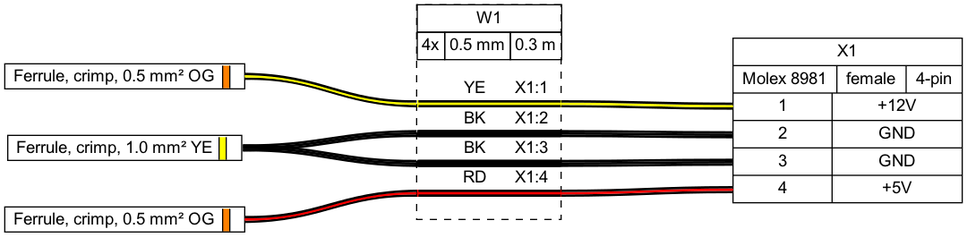
Earlier version of the Graphviz export tutorial/tutorial07.png (wireviz/WireViz). Its source is kept beside it as tutorial/tutorial07.gv. Its diagram source:
```dot
graph {
	graph [bgcolor=white fontname=arial nodesep=0.33 rankdir=LR ranksep=2]
	node [fillcolor=white fontname=arial shape=record style=filled]
	edge [fontname=arial style=bold]
	X1 [label="X1|{Molex 8981|female|4-pin}|{{<p1l>1|<p2l>2|<p3l>3|<p4l>4}|{+12V|GND|GND|+5V}}"]
	F_10_1 [label=<

                <TABLE BORDER="1" CELLBORDER="0" CELLSPACING="0" CELLPADDING="2"><TR>
                <TD PORT="p1l"> Ferrule, crimp, 1.0 mm² YE </TD>
                <TD BGCOLOR="#FFFF00" BORDER="1" SIDES="LR" WIDTH="4"></TD>
                <TD PORT="p1r">  </TD>
                </TR></TABLE>


                > margin=0 orientation=180 shape=none style=filled]
	_F1 [label=<

                <TABLE BORDER="1" CELLBORDER="0" CELLSPACING="0" CELLPADDING="2"><TR>
                <TD PORT="p1l"> Ferrule, crimp, 0.5 mm² OG </TD>
                <TD BGCOLOR="#FF8000" BORDER="1" SIDES="LR" WIDTH="4"></TD>
                <TD PORT="p1r">  </TD>
                </TR></TABLE>


                > margin=0 orientation=180 shape=none style=filled]
	_F2 [label=<

                <TABLE BORDER="1" CELLBORDER="0" CELLSPACING="0" CELLPADDING="2"><TR>
                <TD PORT="p1l"> Ferrule, crimp, 0.5 mm² OG </TD>
                <TD BGCOLOR="#FF8000" BORDER="1" SIDES="LR" WIDTH="4"></TD>
                <TD PORT="p1r">  </TD>
                </TR></TABLE>


                > margin=0 orientation=180 shape=none style=filled]
	edge [color="#000000:#ffff00:#000000"]
	_F1:e -- W1:w1:w
	edge [color="#000000:#ff0000:#000000"]
	_F2:e -- W1:w4:w
	edge [color="#000000:#ffff00:#000000"]
	W1:w1:e -- X1:p1l:w
	edge [color="#000000:#000000:#000000"]
	W1:w2:e -- X1:p2l:w
	edge [color="#000000:#000000:#000000"]
	W1:w3:e -- X1:p3l:w
	edge [color="#000000:#ff0000:#000000"]
	W1:w4:e -- X1:p4l:w
	edge [color="#000000:#000000:#000000"]
	F_10_1:e -- W1:w2:w
	edge [color="#000000:#000000:#000000"]
	F_10_1:e -- W1:w3:w
	W1 [label=<<table border="0" cellspacing="0" cellpadding="0"><tr><td><table border="0" cellspacing="0" cellpadding="3" cellborder="1"><tr><td colspan="3">W1</td></tr><tr><td>4x</td><td>0.5 mm</td><td>0.3 m</td></tr></table></td></tr><tr><td>&nbsp;</td></tr><tr><td><table border="0" cellspacing="0" cellborder="0"><tr><td></td><td>YE</td><td>X1:1</td></tr><tr><td colspan="3" cellpadding="0" height="6" bgcolor="#ffff00" border="2" sides="tb" port="w1"></td></tr><tr><td></td><td>BK</td><td>X1:2</td></tr><tr><td colspan="3" cellpadding="0" height="6" bgcolor="#000000" border="2" sides="tb" port="w2"></td></tr><tr><td></td><td>BK</td><td>X1:3</td></tr><tr><td colspan="3" cellpadding="0" height="6" bgcolor="#000000" border="2" sides="tb" port="w3"></td></tr><tr><td></td><td>RD</td><td>X1:4</td></tr><tr><td colspan="3" cellpadding="0" height="6" bgcolor="#ff0000" border="2" sides="tb" port="w4"></td></tr><tr><td>&nbsp;</td></tr></table></td></tr></table>> fillcolor=white margin=0 shape=box style="filled,dashed"]
}
```
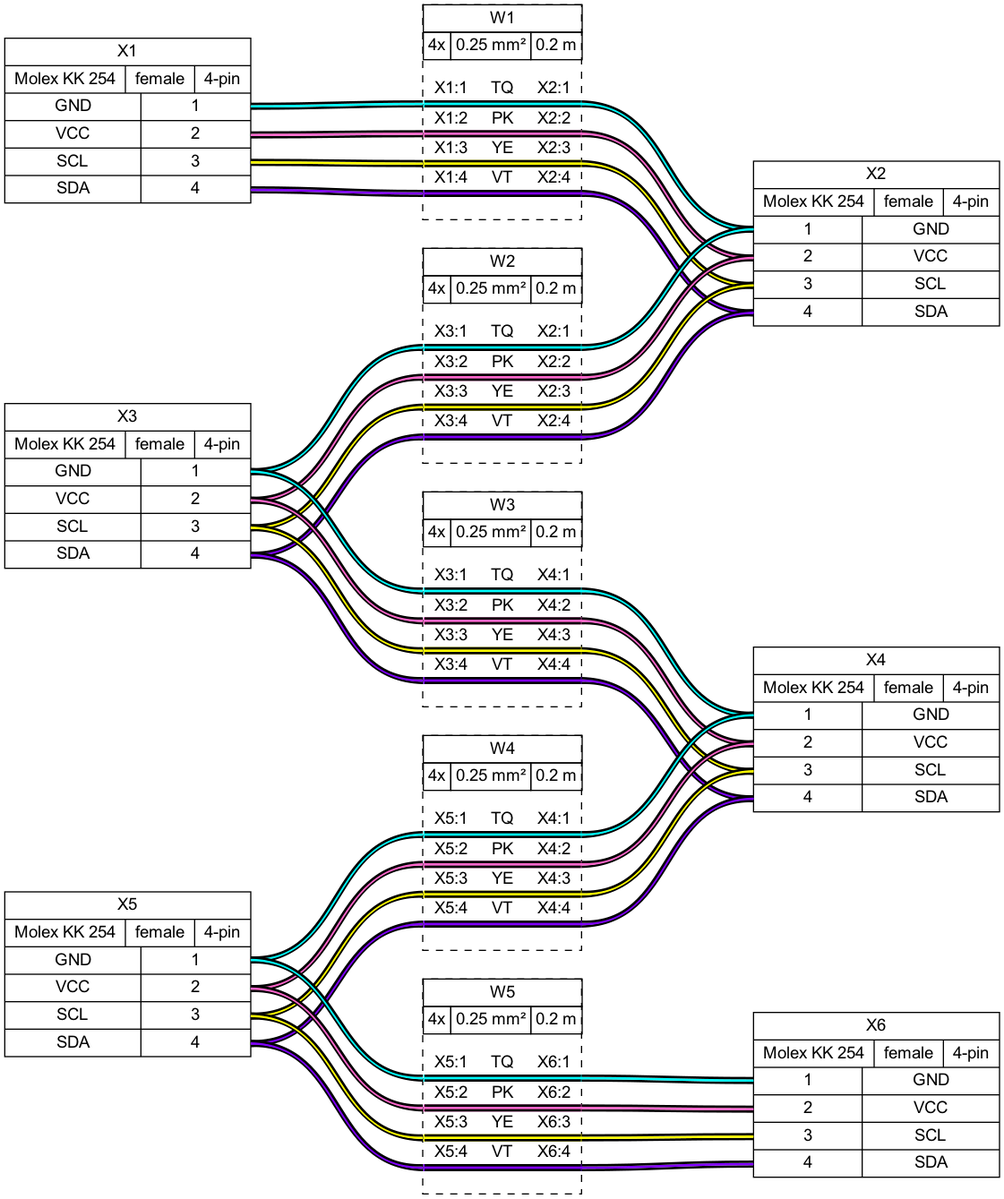
The same file after the commit.

What changed in the source:
```diff
@@ -2,52 +2,75 @@
 	graph [bgcolor=white fontname=arial nodesep=0.33 rankdir=LR ranksep=2]
 	node [fillcolor=white fontname=arial shape=record style=filled]
 	edge [fontname=arial style=bold]
-	X1 [label="X1|{Molex 8981|female|4-pin}|{{<p1l>1|<p2l>2|<p3l>3|<p4l>4}|{+12V|GND|GND|+5V}}"]
-	F_10_1 [label=<
-
-                <TABLE BORDER="1" CELLBORDER="0" CELLSPACING="0" CELLPADDING="2"><TR>
-                <TD PORT="p1l"> Ferrule, crimp, 1.0 mm² YE </TD>
-                <TD BGCOLOR="#FFFF00" BORDER="1" SIDES="LR" WIDTH="4"></TD>
-                <TD PORT="p1r">  </TD>
-                </TR></TABLE>
-
-
-                > margin=0 orientation=180 shape=none style=filled]
-	_F1 [label=<
-
-                <TABLE BORDER="1" CELLBORDER="0" CELLSPACING="0" CELLPADDING="2"><TR>
-                <TD PORT="p1l"> Ferrule, crimp, 0.5 mm² OG </TD>
-                <TD BGCOLOR="#FF8000" BORDER="1" SIDES="LR" WIDTH="4"></TD>
-                <TD PORT="p1r">  </TD>
-                </TR></TABLE>
-
-
-                > margin=0 orientation=180 shape=none style=filled]
-	_F2 [label=<
-
-                <TABLE BORDER="1" CELLBORDER="0" CELLSPACING="0" CELLPADDING="2"><TR>
-                <TD PORT="p1l"> Ferrule, crimp, 0.5 mm² OG </TD>
-                <TD BGCOLOR="#FF8000" BORDER="1" SIDES="LR" WIDTH="4"></TD>
-                <TD PORT="p1r">  </TD>
-                </TR></TABLE>
-
-
-                > margin=0 orientation=180 shape=none style=filled]
+	X1 [label="X1|{Molex KK 254|female|4-pin}|{{GND|VCC|SCL|SDA}|{<p1r>1|<p2r>2|<p3r>3|<p4r>4}}"]
+	X2 [label="X2|{Molex KK 254|female|4-pin}|{{<p1l>1|<p2l>2|<p3l>3|<p4l>4}|{GND|VCC|SCL|SDA}}"]
+	X3 [label="X3|{Molex KK 254|female|4-pin}|{{GND|VCC|SCL|SDA}|{<p1r>1|<p2r>2|<p3r>3|<p4r>4}}"]
+	X4 [label="X4|{Molex KK 254|female|4-pin}|{{<p1l>1|<p2l>2|<p3l>3|<p4l>4}|{GND|VCC|SCL|SDA}}"]
+	X5 [label="X5|{Molex KK 254|female|4-pin}|{{GND|VCC|SCL|SDA}|{<p1r>1|<p2r>2|<p3r>3|<p4r>4}}"]
+	X6 [label="X6|{Molex KK 254|female|4-pin}|{{<p1l>1|<p2l>2|<p3l>3|<p4l>4}|{GND|VCC|SCL|SDA}}"]
+	edge [color="#000000:#00ffff:#000000"]
+	X1:p1r:e -- W1:w1:w
+	W1:w1:e -- X2:p1l:w
+	edge [color="#000000:#ff66cc:#000000"]
+	X1:p2r:e -- W1:w2:w
+	W1:w2:e -- X2:p2l:w
 	edge [color="#000000:#ffff00:#000000"]
-	_F1:e -- W1:w1:w
-	edge [color="#000000:#ff0000:#000000"]
-	_F2:e -- W1:w4:w
+	X1:p3r:e -- W1:w3:w
+	W1:w3:e -- X2:p3l:w
+	edge [color="#000000:#8000ff:#000000"]
+	X1:p4r:e -- W1:w4:w
+	W1:w4:e -- X2:p4l:w
+	W1 [label=<<table border="0" cellspacing="0" cellpadding="0"><tr><td><table border="0" cellspacing="0" cellpadding="3" cellborder="1"><tr><td colspan="3">W1</td></tr><tr><td>4x</td><td>0.25 mm²</td><td>0.2 m</td></tr></table></td></tr><tr><td>&nbsp;</td></tr><tr><td><table border="0" cellspacing="0" cellborder="0"><tr><td>X1:1</td><td>TQ</td><td>X2:1</td></tr><tr><td colspan="3" cellpadding="0" height="6" bgcolor="#00ffff" border="2" sides="tb" port="w1"></td></tr><tr><td>X1:2</td><td>PK</td><td>X2:2</td></tr><tr><td colspan="3" cellpadding="0" height="6" bgcolor="#ff66cc" border="2" sides="tb" port="w2"></td></tr><tr><td>X1:3</td><td>YE</td><td>X2:3</td></tr><tr><td colspan="3" cellpadding="0" height="6" bgcolor="#ffff00" border="2" sides="tb" port="w3"></td></tr><tr><td>X1:4</td><td>VT</td><td>X2:4</td></tr><tr><td colspan="3" cellpadding="0" height="6" bgcolor="#8000ff" border="2" sides="tb" port="w4"></td></tr><tr><td>&nbsp;</td></tr></table></td></tr></table>> fillcolor=white margin=0 shape=box style="filled,dashed"]
+	edge [color="#000000:#00ffff:#000000"]
+	X3:p1r:e -- W2:w1:w
+	W2:w1:e -- X2:p1l:w
+	edge [color="#000000:#ff66cc:#000000"]
+	X3:p2r:e -- W2:w2:w
+	W2:w2:e -- X2:p2l:w
 	edge [color="#000000:#ffff00:#000000"]
-	W1:w1:e -- X1:p1l:w
-	edge [color="#000000:#000000:#000000"]
-	W1:w2:e -- X1:p2l:w
-	edge [color="#000000:#000000:#000000"]
-	W1:w3:e -- X1:p3l:w
-	edge [color="#000000:#ff0000:#000000"]
-	W1:w4:e -- X1:p4l:w
-	edge [color="#000000:#000000:#000000"]
-	F_10_1:e -- W1:w2:w
-	edge [color="#000000:#000000:#000000"]
-	F_10_1:e -- W1:w3:w
-	W1 [label=<<table border="0" cellspacing="0" cellpadding="0"><tr><td><table border="0" cellspacing="0" cellpadding="3" cellborder="1"><tr><td colspan="3">W1</td></tr><tr><td>4x</td><td>0.5 mm</td><td>0.3 m</td></tr></table></td></tr><tr><td>&nbsp;</td></tr><tr><td><table border="0" cellspacing="0" cellborder="0"><tr><td></td><td>YE</td><td>X1:1</td></tr><tr><td colspan="3" cellpadding="0" height="6" bgcolor="#ffff00" border="2" sides="tb" port="w1"></td></tr><tr><td></td><td>BK</td><td>X1:2</td></tr><tr><td colspan="3" cellpadding="0" height="6" bgcolor="#000000" border="2" sides="tb" port="w2"></td></tr><tr><td></td><td>BK</td><td>X1:3</td></tr><tr><td colspan="3" cellpadding="0" height="6" bgcolor="#000000" border="2" sides="tb" port="w3"></td></tr><tr><td></td><td>RD</td><td>X1:4</td></tr><tr><td colspan="3" cellpadding="0" height="6" bgcolor="#ff0000" border="2" sides="tb" port="w4"></td></tr><tr><td>&nbsp;</td></tr></table></td></tr></table>> fillcolor=white margin=0 shape=box style="filled,dashed"]
+	X3:p3r:e -- W2:w3:w
+	W2:w3:e -- X2:p3l:w
+	edge [color="#000000:#8000ff:#000000"]
+	X3:p4r:e -- W2:w4:w
+	W2:w4:e -- X2:p4l:w
+	W2 [label=<<table border="0" cellspacing="0" cellpadding="0"><tr><td><table border="0" cellspacing="0" cellpadding="3" cellborder="1"><tr><td colspan="3">W2</td></tr><tr><td>4x</td><td>0.25 mm²</td><td>0.2 m</td></tr></table></td></tr><tr><td>&nbsp;</td></tr><tr><td><table border="0" cellspacing="0" cellborder="0"><tr><td>X3:1</td><td>TQ</td><td>X2:1</td></tr><tr><td colspan="3" cellpadding="0" height="6" bgcolor="#00ffff" border="2" sides="tb" port="w1"></td></tr><tr><td>X3:2</td><td>PK</td><td>X2:2</td></tr><tr><td colspan="3" cellpadding="0" height="6" bgcolor="#ff66cc" border="2" sides="tb" port="w2"></td></tr><tr><td>X3:3</td><td>YE</td><td>X2:3</td></tr><tr><td colspan="3" cellpadding="0" height="6" bgcolor="#ffff00" border="2" sides="tb" port="w3"></td></tr><tr><td>X3:4</td><td>VT</td><td>X2:4</td></tr><tr><td colspan="3" cellpadding="0" height="6" bgcolor="#8000ff" border="2" sides="tb" port="w4"></td></tr><tr><td>&nbsp;</td></tr></table></td></tr></table>> fillcolor=white margin=0 shape=box style="filled,dashed"]
+	edge [color="#000000:#00ffff:#000000"]
+	X3:p1r:e -- W3:w1:w
+	W3:w1:e -- X4:p1l:w
+	edge [color="#000000:#ff66cc:#000000"]
+	X3:p2r:e -- W3:w2:w
+	W3:w2:e -- X4:p2l:w
+	edge [color="#000000:#ffff00:#000000"]
+	X3:p3r:e -- W3:w3:w
+	W3:w3:e -- X4:p3l:w
+	edge [color="#000000:#8000ff:#000000"]
+	X3:p4r:e -- W3:w4:w
+	W3:w4:e -- X4:p4l:w
+	W3 [label=<<table border="0" cellspacing="0" cellpadding="0"><tr><td><table border="0" cellspacing="0" cellpadding="3" cellborder="1"><tr><td colspan="3">W3</td></tr><tr><td>4x</td><td>0.25 mm²</td><td>0.2 m</td></tr></table></td></tr><tr><td>&nbsp;</td></tr><tr><td><table border="0" cellspacing="0" cellborder="0"><tr><td>X3:1</td><td>TQ</td><td>X4:1</td></tr><tr><td colspan="3" cellpadding="0" height="6" bgcolor="#00ffff" border="2" sides="tb" port="w1"></td></tr><tr><td>X3:2</td><td>PK</td><td>X4:2</td></tr><tr><td colspan="3" cellpadding="0" height="6" bgcolor="#ff66cc" border="2" sides="tb" port="w2"></td></tr><tr><td>X3:3</td><td>YE</td><td>X4:3</td></tr><tr><td colspan="3" cellpadding="0" height="6" bgcolor="#ffff00" border="2" sides="tb" port="w3"></td></tr><tr><td>X3:4</td><td>VT</td><td>X4:4</td></tr><tr><td colspan="3" cellpadding="0" height="6" bgcolor="#8000ff" border="2" sides="tb" port="w4"></td></tr><tr><td>&nbsp;</td></tr></table></td></tr></table>> fillcolor=white margin=0 shape=box style="filled,dashed"]
+	edge [color="#000000:#00ffff:#000000"]
+	X5:p1r:e -- W4:w1:w
+	W4:w1:e -- X4:p1l:w
+	edge [color="#000000:#ff66cc:#000000"]
+	X5:p2r:e -- W4:w2:w
+	W4:w2:e -- X4:p2l:w
+	edge [color="#000000:#ffff00:#000000"]
+	X5:p3r:e -- W4:w3:w
+	W4:w3:e -- X4:p3l:w
+	edge [color="#000000:#8000ff:#000000"]
+	X5:p4r:e -- W4:w4:w
+	W4:w4:e -- X4:p4l:w
+	W4 [label=<<table border="0" cellspacing="0" cellpadding="0"><tr><td><table border="0" cellspacing="0" cellpadding="3" cellborder="1"><tr><td colspan="3">W4</td></tr><tr><td>4x</td><td>0.25 mm²</td><td>0.2 m</td></tr></table></td></tr><tr><td>&nbsp;</td></tr><tr><td><table border="0" cellspacing="0" cellborder="0"><tr><td>X5:1</td><td>TQ</td><td>X4:1</td></tr><tr><td colspan="3" cellpadding="0" height="6" bgcolor="#00ffff" border="2" sides="tb" port="w1"></td></tr><tr><td>X5:2</td><td>PK</td><td>X4:2</td></tr><tr><td colspan="3" cellpadding="0" height="6" bgcolor="#ff66cc" border="2" sides="tb" port="w2"></td></tr><tr><td>X5:3</td><td>YE</td><td>X4:3</td></tr><tr><td colspan="3" cellpadding="0" height="6" bgcolor="#ffff00" border="2" sides="tb" port="w3"></td></tr><tr><td>X5:4</td><td>VT</td><td>X4:4</td></tr><tr><td colspan="3" cellpadding="0" height="6" bgcolor="#8000ff" border="2" sides="tb" port="w4"></td></tr><tr><td>&nbsp;</td></tr></table></td></tr></table>> fillcolor=white margin=0 shape=box style="filled,dashed"]
+	edge [color="#000000:#00ffff:#000000"]
+	X5:p1r:e -- W5:w1:w
+	W5:w1:e -- X6:p1l:w
+	edge [color="#000000:#ff66cc:#000000"]
+	X5:p2r:e -- W5:w2:w
+	W5:w2:e -- X6:p2l:w
+	edge [color="#000000:#ffff00:#000000"]
+	X5:p3r:e -- W5:w3:w
+	W5:w3:e -- X6:p3l:w
+	edge [color="#000000:#8000ff:#000000"]
+	X5:p4r:e -- W5:w4:w
+	W5:w4:e -- X6:p4l:w
+	W5 [label=<<table border="0" cellspacing="0" cellpadding="0"><tr><td><table border="0" cellspacing="0" cellpadding="3" cellborder="1"><tr><td colspan="3">W5</td></tr><tr><td>4x</td><td>0.25 mm²</td><td>0.2 m</td></tr></table></td></tr><tr><td>&nbsp;</td></tr><tr><td><table border="0" cellspacing="0" cellborder="0"><tr><td>X5:1</td><td>TQ</td><td>X6:1</td></tr><tr><td colspan="3" cellpadding="0" height="6" bgcolor="#00ffff" border="2" sides="tb" port="w1"></td></tr><tr><td>X5:2</td><td>PK</td><td>X6:2</td></tr><tr><td colspan="3" cellpadding="0" height="6" bgcolor="#ff66cc" border="2" sides="tb" port="w2"></td></tr><tr><td>X5:3</td><td>YE</td><td>X6:3</td></tr><tr><td colspan="3" cellpadding="0" height="6" bgcolor="#ffff00" border="2" sides="tb" port="w3"></td></tr><tr><td>X5:4</td><td>VT</td><td>X6:4</td></tr><tr><td colspan="3" cellpadding="0" height="6" bgcolor="#8000ff" border="2" sides="tb" port="w4"></td></tr><tr><td>&nbsp;</td></tr></table></td></tr></table>> fillcolor=white margin=0 shape=box style="filled,dashed"]
 }
```
